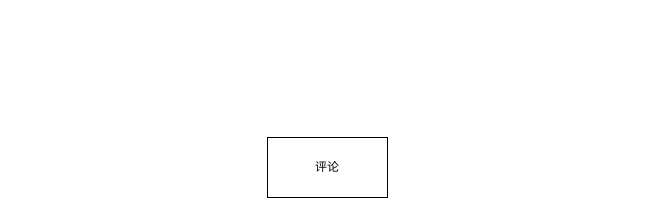
Earlier version of the draw.io diagram 评论实体属性.drawio (YuChenLiao/UML). Source tidied: cells renumbered, new cells numbered last; positions are measured from the earlier drawing's top-left corner, leaving out a move shared by most shapes. Both pictures are drawn from the tidied source at 100%, with x=0, y=0 at pixel (267, 137).
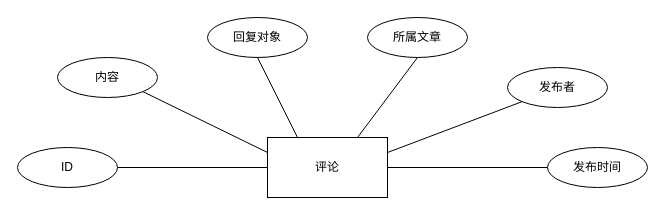
The same page after the edit.

Commit message (it also covers changes not shown here):
更新评论实体属性.drawio

Diff of the diagram source:
```diff
@@
 <mxGraphModel>
   <root>
     <mxCell id="0" />
     <mxCell id="1" parent="0" />
     <mxCell id="2" value="评论" style="rounded=0;whiteSpace=wrap;html=1;" parent="1" vertex="1">
       <mxGeometry width="120" height="60" as="geometry" />
     </mxCell>
+    <mxCell id="3" value="ID" style="ellipse;whiteSpace=wrap;html=1;align=center;" parent="1" vertex="1">
+      <mxGeometry x="-250" y="10" width="100" height="40" as="geometry" />
+    </mxCell>
+    <mxCell id="4" value="内容" style="ellipse;whiteSpace=wrap;html=1;align=center;" parent="1" vertex="1">
+      <mxGeometry x="-210" y="-80" width="100" height="40" as="geometry" />
+    </mxCell>
+    <mxCell id="5" value="回复对象" style="ellipse;whiteSpace=wrap;html=1;align=center;" parent="1" vertex="1">
+      <mxGeometry x="-60" y="-120" width="100" height="40" as="geometry" />
+    </mxCell>
+    <mxCell id="6" value="所属文章" style="ellipse;whiteSpace=wrap;html=1;align=center;" parent="1" vertex="1">
+      <mxGeometry x="100" y="-120" width="100" height="40" as="geometry" />
+    </mxCell>
+    <mxCell id="7" value="发布者" style="ellipse;whiteSpace=wrap;html=1;align=center;" parent="1" vertex="1">
+      <mxGeometry x="240" y="-70" width="100" height="40" as="geometry" />
+    </mxCell>
+    <mxCell id="8" value="发布时间" style="ellipse;whiteSpace=wrap;html=1;align=center;" parent="1" vertex="1">
+      <mxGeometry x="280" y="10" width="100" height="40" as="geometry" />
+    </mxCell>
+    <mxCell id="9" style="endArrow=none;html=1;rounded=0;exitX=1;exitY=0.5;exitDx=0;exitDy=0;entryX=0;entryY=0.5;entryDx=0;entryDy=0;" parent="1" edge="1" source="3" target="2">
+      <mxGeometry relative="1" as="geometry" />
+    </mxCell>
+    <mxCell id="10" style="endArrow=none;html=1;rounded=0;exitX=1;exitY=1;exitDx=0;exitDy=0;entryX=0;entryY=0.25;entryDx=0;entryDy=0;" parent="1" edge="1" source="4" target="2">
+      <mxGeometry relative="1" as="geometry" />
+    </mxCell>
+    <mxCell id="11" style="endArrow=none;html=1;rounded=0;exitX=0.5;exitY=1;exitDx=0;exitDy=0;entryX=0.25;entryY=0;entryDx=0;entryDy=0;" parent="1" edge="1" source="5" target="2">
+      <mxGeometry relative="1" as="geometry" />
+    </mxCell>
+    <mxCell id="12" style="endArrow=none;html=1;rounded=0;entryX=0.5;entryY=1;entryDx=0;entryDy=0;exitX=0.75;exitY=0;exitDx=0;exitDy=0;" parent="1" edge="1" source="2" target="6">
+      <mxGeometry relative="1" as="geometry" />
+    </mxCell>
+    <mxCell id="13" style="endArrow=none;html=1;rounded=0;exitX=1;exitY=0.25;exitDx=0;exitDy=0;entryX=0;entryY=1;entryDx=0;entryDy=0;" parent="1" edge="1" source="2" target="7">
+      <mxGeometry relative="1" as="geometry" />
+    </mxCell>
+    <mxCell id="14" style="endArrow=none;html=1;rounded=0;exitX=1;exitY=0.5;exitDx=0;exitDy=0;" parent="1" edge="1" source="2" target="8">
+      <mxGeometry relative="1" as="geometry" />
+    </mxCell>
   </root>
 </mxGraphModel>
```
